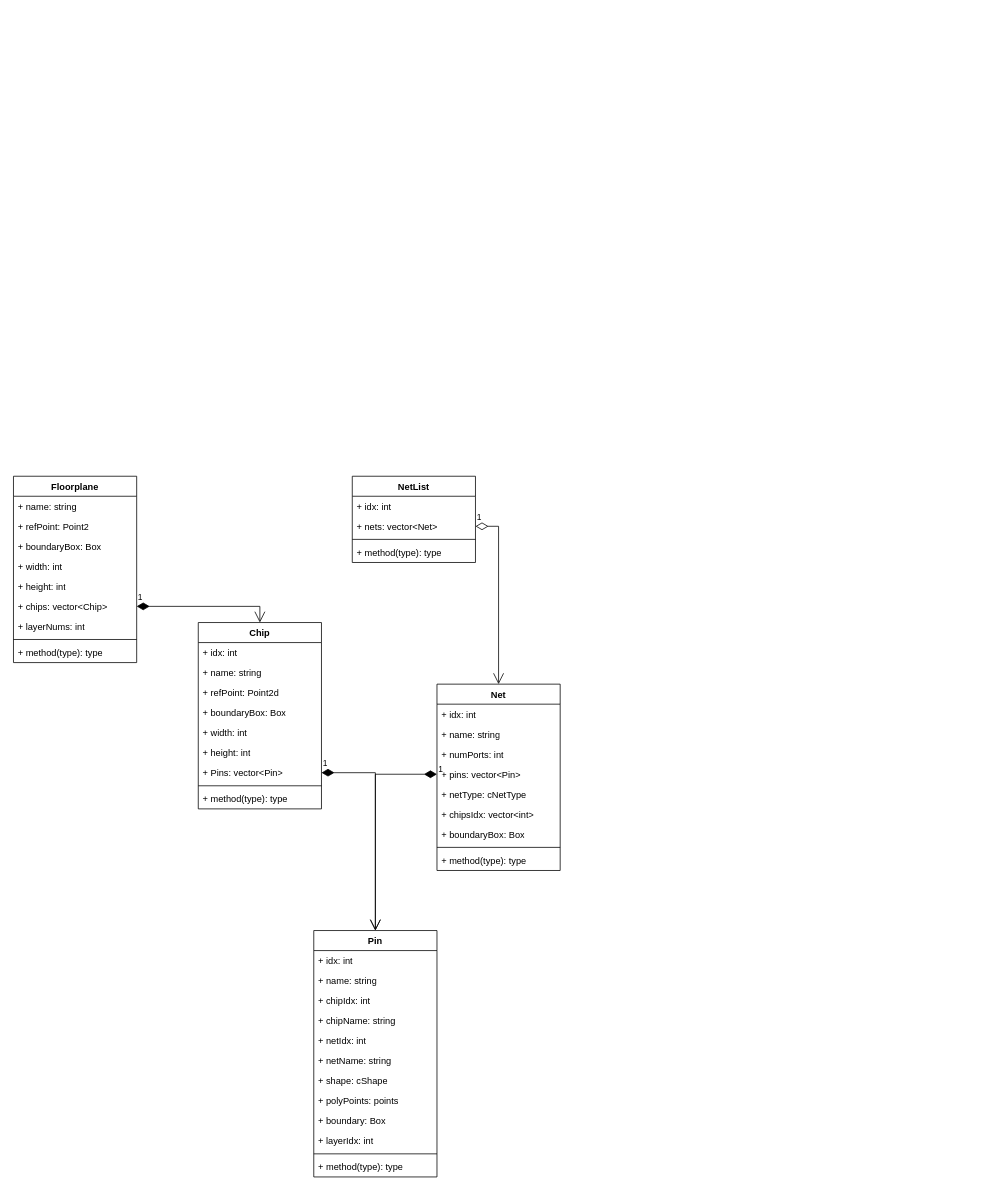
Above: SoftWareTopLevel.drawio in Davidlihuang/DrawIODir (draw.io), before the change. Source tidied: cells renumbered, new cells numbered last; positions are measured from the earlier drawing's top-left corner, leaving out a move shared by most shapes. Both pictures are drawn from the tidied source at 77%, with x=0, y=0 at pixel (13, 476).
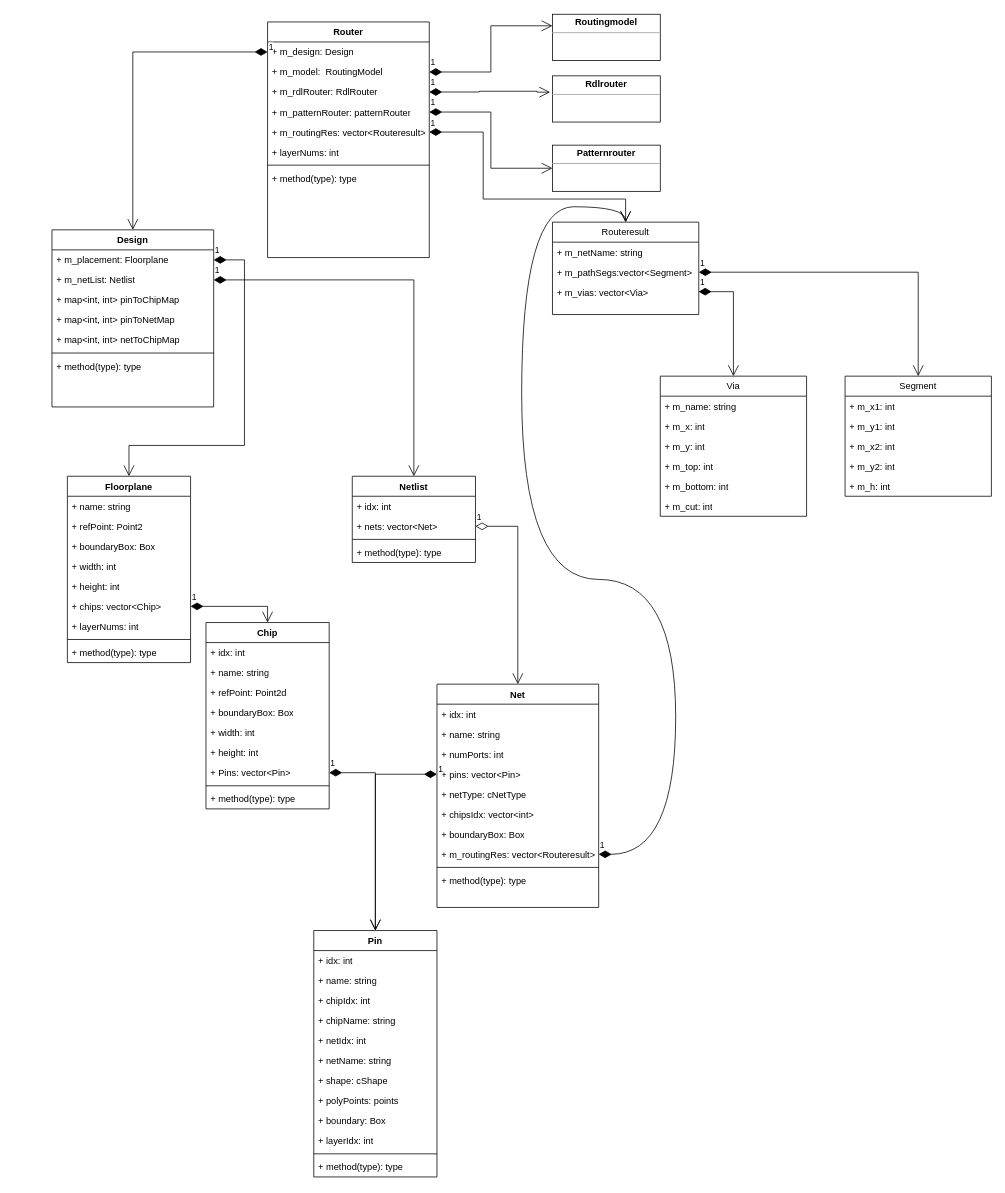
The same page after the edit.

Unchanged cells that the change refers to:
```xml
<mxCell id="22" value="Pin" style="swimlane;fontStyle=1;align=center;verticalAlign=top;horizontal=1;startSize=26;whiteSpace=wrap;html=1;" parent="1" vertex="1">
  <mxGeometry x="390" y="590" width="160" height="320" as="geometry" />
</mxCell>
```

What changed in the source:
```diff
@@
     <mxCell id="2" value="Floorplane" style="swimlane;fontStyle=1;align=center;verticalAlign=top;horizontal=1;startSize=26;whiteSpace=wrap;html=1;" parent="1" vertex="1">
-      <mxGeometry width="160" height="242" as="geometry" />
+      <mxGeometry x="70" width="160" height="242" as="geometry" />
     </mxCell>
@@
     <mxCell id="12" value="Chip" style="swimlane;fontStyle=1;align=center;verticalAlign=top;horizontal=1;startSize=26;whiteSpace=wrap;html=1;" parent="1" vertex="1">
-      <mxGeometry x="240" y="190" width="160" height="242" as="geometry" />
+      <mxGeometry x="250" y="190" width="160" height="242" as="geometry" />
     </mxCell>
@@
     <mxCell id="35" value="Net" style="swimlane;fontStyle=1;align=center;verticalAlign=top;horizontal=1;startSize=26;whiteSpace=wrap;html=1;" parent="1" vertex="1">
-      <mxGeometry x="550" y="270" width="160" height="242" as="geometry" />
+      <mxGeometry x="550" y="270" width="210" height="290" as="geometry" />
     </mxCell>
     <mxCell id="36" value="+ idx: int" style="text;strokeColor=none;fillColor=none;align=left;verticalAlign=top;spacingLeft=4;spacingRight=4;overflow=hidden;whiteSpace=wrap;html=1;" parent="35" vertex="1">
-      <mxGeometry y="26" width="160" height="26" as="geometry" />
+      <mxGeometry y="26" width="210" height="26" as="geometry" />
     </mxCell>
     <mxCell id="37" value="+ name: string" style="text;strokeColor=none;fillColor=none;align=left;verticalAlign=top;spacingLeft=4;spacingRight=4;overflow=hidden;whiteSpace=wrap;html=1;" parent="35" vertex="1">
-      <mxGeometry y="52" width="160" height="26" as="geometry" />
+      <mxGeometry y="52" width="210" height="26" as="geometry" />
     </mxCell>
     <mxCell id="38" value="+ numPorts: int" style="text;strokeColor=none;fillColor=none;align=left;verticalAlign=top;spacingLeft=4;spacingRight=4;overflow=hidden;whiteSpace=wrap;html=1;" parent="35" vertex="1">
-      <mxGeometry y="78" width="160" height="26" as="geometry" />
+      <mxGeometry y="78" width="210" height="26" as="geometry" />
     </mxCell>
     <mxCell id="39" value="+ pins: vector&amp;lt;Pin&amp;gt;" style="text;strokeColor=none;fillColor=none;align=left;verticalAlign=top;spacingLeft=4;spacingRight=4;overflow=hidden;points=[[0,0.5],[1,0.5]];portConstraint=eastwest;whiteSpace=wrap;html=1;" parent="35" vertex="1">
-      <mxGeometry y="104" width="160" height="26" as="geometry" />
+      <mxGeometry y="104" width="210" height="26" as="geometry" />
     </mxCell>
     <mxCell id="40" value="+ netType: cNetType" style="text;strokeColor=none;fillColor=none;align=left;verticalAlign=top;spacingLeft=4;spacingRight=4;overflow=hidden;whiteSpace=wrap;html=1;" parent="35" vertex="1">
-      <mxGeometry y="130" width="160" height="26" as="geometry" />
+      <mxGeometry y="130" width="210" height="26" as="geometry" />
     </mxCell>
     <mxCell id="41" value="+ chipsIdx: vector&amp;lt;int&amp;gt;" style="text;strokeColor=none;fillColor=none;align=left;verticalAlign=top;spacingLeft=4;spacingRight=4;overflow=hidden;whiteSpace=wrap;html=1;" parent="35" vertex="1">
-      <mxGeometry y="156" width="160" height="26" as="geometry" />
+      <mxGeometry y="156" width="210" height="26" as="geometry" />
     </mxCell>
     <mxCell id="42" value="+ boundaryBox: Box" style="text;strokeColor=none;fillColor=none;align=left;verticalAlign=top;spacingLeft=4;spacingRight=4;overflow=hidden;whiteSpace=wrap;html=1;" parent="35" vertex="1">
-      <mxGeometry y="182" width="160" height="26" as="geometry" />
+      <mxGeometry y="182" width="210" height="26" as="geometry" />
     </mxCell>
+    <mxCell id="54" value="+ m_routingRes: vector&amp;lt;Routeresult&amp;gt;" style="text;strokeColor=none;fillColor=none;align=left;verticalAlign=top;spacingLeft=4;spacingRight=4;overflow=hidden;points=[[0,0.5],[1,0.5]];portConstraint=eastwest;whiteSpace=wrap;html=1;" parent="35" vertex="1">
+      <mxGeometry y="208" width="210" height="26" as="geometry" />
+    </mxCell>
     <mxCell id="43" style="line;strokeWidth=1;fillColor=none;align=left;verticalAlign=middle;spacingTop=-1;spacingLeft=3;spacingRight=3;labelPosition=right;strokeColor=inherit;" parent="35" vertex="1">
-      <mxGeometry y="208" width="160" height="8" as="geometry" />
+      <mxGeometry y="234" width="210" height="8" as="geometry" />
     </mxCell>
     <mxCell id="44" value="+ method(type): type" style="text;strokeColor=none;fillColor=none;align=left;verticalAlign=top;spacingLeft=4;spacingRight=4;overflow=hidden;whiteSpace=wrap;html=1;" parent="35" vertex="1">
-      <mxGeometry y="216" width="160" height="26" as="geometry" />
+      <mxGeometry y="242" width="210" height="48" as="geometry" />
     </mxCell>
-    <mxCell id="45" value="NetList" style="swimlane;fontStyle=1;align=center;verticalAlign=top;horizontal=1;startSize=26;whiteSpace=wrap;html=1;" parent="1" vertex="1">
+    <mxCell id="45" value="Netlist" style="swimlane;fontStyle=1;align=center;verticalAlign=top;horizontal=1;startSize=26;whiteSpace=wrap;html=1;" parent="1" vertex="1">
       <mxGeometry x="440" width="160" height="112" as="geometry" />
     </mxCell>
@@
-    <mxCell id="52" value="1" style="endArrow=open;html=1;endSize=12;startArrow=diamondThin;startSize=14;startFill=1;edgeStyle=orthogonalEdgeStyle;align=left;verticalAlign=bottom;rounded=0;exitX=0;exitY=0.5;exitDx=0;exitDy=0;entryX=0.5;entryY=0;entryDx=0;entryDy=0;" parent="1" edge="1" source="39" target="22">
-      <mxGeometry x="-1" y="3" relative="1" as="geometry">
-        <Array as="points">
-          <mxPoint x="470" y="387" />
-        </Array>
-      </mxGeometry>
+    <mxCell id="52" value="1" style="endArrow=open;html=1;endSize=12;startArrow=diamondThin;startSize=14;startFill=1;align=left;verticalAlign=bottom;rounded=0;exitX=0;exitY=0.5;exitDx=0;exitDy=0;entryX=0.5;entryY=0;entryDx=0;entryDy=0;edgeStyle=orthogonalEdgeStyle;" parent="1" edge="1" source="39" target="22">
+      <mxGeometry x="-1" y="3" relative="1" as="geometry" />
     </mxCell>
@@
+    <mxCell id="55" value="Design" style="swimlane;fontStyle=1;align=center;verticalAlign=top;horizontal=1;startSize=26;whiteSpace=wrap;html=1;" parent="1" vertex="1">
+      <mxGeometry x="50" y="-320" width="210" height="230" as="geometry" />
+    </mxCell>
+    <mxCell id="56" value="+ m_placement: Floorplane" style="text;strokeColor=none;fillColor=none;align=left;verticalAlign=top;spacingLeft=4;spacingRight=4;overflow=hidden;points=[[0,0.5],[1,0.5]];portConstraint=eastwest;whiteSpace=wrap;html=1;" parent="55" vertex="1">
+      <mxGeometry y="26" width="210" height="26" as="geometry" />
+    </mxCell>
+    <mxCell id="57" value="+ m_netList: Netlist" style="text;strokeColor=none;fillColor=none;align=left;verticalAlign=top;spacingLeft=4;spacingRight=4;overflow=hidden;points=[[0,0.5],[1,0.5]];portConstraint=eastwest;whiteSpace=wrap;html=1;" parent="55" vertex="1">
+      <mxGeometry y="52" width="210" height="26" as="geometry" />
+    </mxCell>
+    <mxCell id="58" value="+ map&amp;lt;int, int&amp;gt; pinToChipMap" style="text;strokeColor=none;fillColor=none;align=left;verticalAlign=top;spacingLeft=4;spacingRight=4;overflow=hidden;whiteSpace=wrap;html=1;" parent="55" vertex="1">
+      <mxGeometry y="78" width="210" height="26" as="geometry" />
+    </mxCell>
+    <mxCell id="59" value="+ map&amp;lt;int, int&amp;gt; pinToNetMap" style="text;strokeColor=none;fillColor=none;align=left;verticalAlign=top;spacingLeft=4;spacingRight=4;overflow=hidden;whiteSpace=wrap;html=1;" parent="55" vertex="1">
+      <mxGeometry y="104" width="210" height="26" as="geometry" />
+    </mxCell>
+    <mxCell id="60" value="+ map&amp;lt;int, int&amp;gt; netToChipMap" style="text;strokeColor=none;fillColor=none;align=left;verticalAlign=top;spacingLeft=4;spacingRight=4;overflow=hidden;whiteSpace=wrap;html=1;" parent="55" vertex="1">
+      <mxGeometry y="130" width="210" height="26" as="geometry" />
+    </mxCell>
+    <mxCell id="61" style="line;strokeWidth=1;fillColor=none;align=left;verticalAlign=middle;spacingTop=-1;spacingLeft=3;spacingRight=3;labelPosition=right;strokeColor=inherit;" parent="55" vertex="1">
+      <mxGeometry y="156" width="210" height="8" as="geometry" />
+    </mxCell>
+    <mxCell id="62" value="+ method(type): type" style="text;strokeColor=none;fillColor=none;align=left;verticalAlign=top;spacingLeft=4;spacingRight=4;overflow=hidden;whiteSpace=wrap;html=1;" parent="55" vertex="1">
+      <mxGeometry y="164" width="210" height="66" as="geometry" />
+    </mxCell>
+    <mxCell id="63" value="Router&lt;br&gt;" style="swimlane;fontStyle=1;align=center;verticalAlign=top;horizontal=1;startSize=26;whiteSpace=wrap;html=1;" parent="1" vertex="1">
+      <mxGeometry x="330" y="-590" width="210" height="306" as="geometry" />
+    </mxCell>
+    <mxCell id="64" value="+ m_design: Design" style="text;strokeColor=none;fillColor=none;align=left;verticalAlign=top;spacingLeft=4;spacingRight=4;overflow=hidden;points=[[0,0.5],[1,0.5]];portConstraint=eastwest;whiteSpace=wrap;html=1;" parent="63" vertex="1">
+      <mxGeometry y="26" width="210" height="26" as="geometry" />
+    </mxCell>
+    <mxCell id="65" value="&lt;div style=&quot;text-align: center;&quot;&gt;&lt;span style=&quot;background-color: initial;&quot;&gt;+ m_model:&amp;nbsp; RoutingModel&lt;/span&gt;&lt;/div&gt;" style="text;strokeColor=none;fillColor=none;align=left;verticalAlign=top;spacingLeft=4;spacingRight=4;overflow=hidden;points=[[0,0.5],[1,0.5]];portConstraint=eastwest;whiteSpace=wrap;html=1;" parent="63" vertex="1">
+      <mxGeometry y="52" width="210" height="26" as="geometry" />
+    </mxCell>
+    <mxCell id="66" value="+ m_rdlRouter: RdlRouter" style="text;strokeColor=none;fillColor=none;align=left;verticalAlign=top;spacingLeft=4;spacingRight=4;overflow=hidden;points=[[0,0.5],[1,0.5]];portConstraint=eastwest;whiteSpace=wrap;html=1;" parent="63" vertex="1">
+      <mxGeometry y="78" width="210" height="26" as="geometry" />
+    </mxCell>
+    <mxCell id="67" value="+ m_patternRouter: patternRouter" style="text;strokeColor=none;fillColor=none;align=left;verticalAlign=top;spacingLeft=4;spacingRight=4;overflow=hidden;points=[[0,0.5],[1,0.5]];portConstraint=eastwest;whiteSpace=wrap;html=1;" parent="63" vertex="1">
+      <mxGeometry y="104" width="210" height="26" as="geometry" />
+    </mxCell>
+    <mxCell id="68" value="+ m_routingRes: vector&amp;lt;Routeresult&amp;gt;" style="text;strokeColor=none;fillColor=none;align=left;verticalAlign=top;spacingLeft=4;spacingRight=4;overflow=hidden;points=[[0,0.5],[1,0.5]];portConstraint=eastwest;whiteSpace=wrap;html=1;" parent="63" vertex="1">
+      <mxGeometry y="130" width="210" height="26" as="geometry" />
+    </mxCell>
+    <mxCell id="69" value="+ layerNums: int" style="text;strokeColor=none;fillColor=none;align=left;verticalAlign=top;spacingLeft=4;spacingRight=4;overflow=hidden;whiteSpace=wrap;html=1;" parent="63" vertex="1">
+      <mxGeometry y="156" width="210" height="26" as="geometry" />
+    </mxCell>
+    <mxCell id="70" style="line;strokeWidth=1;fillColor=none;align=left;verticalAlign=middle;spacingTop=-1;spacingLeft=3;spacingRight=3;labelPosition=right;strokeColor=inherit;" parent="63" vertex="1">
+      <mxGeometry y="182" width="210" height="8" as="geometry" />
+    </mxCell>
+    <mxCell id="71" value="+ method(type): type" style="text;strokeColor=none;fillColor=none;align=left;verticalAlign=top;spacingLeft=4;spacingRight=4;overflow=hidden;whiteSpace=wrap;html=1;" parent="63" vertex="1">
+      <mxGeometry y="190" width="210" height="116" as="geometry" />
+    </mxCell>
+    <mxCell id="72" value="&lt;p style=&quot;margin:0px;margin-top:4px;text-align:center;&quot;&gt;&lt;b&gt;Patternrouter&lt;/b&gt;&lt;/p&gt;&lt;hr size=&quot;1&quot;&gt;&lt;div style=&quot;height:2px;&quot;&gt;&lt;/div&gt;" style="verticalAlign=top;align=left;overflow=fill;fontSize=12;fontFamily=Helvetica;html=1;whiteSpace=wrap;" parent="1" vertex="1">
+      <mxGeometry x="700" y="-430" width="140" height="60" as="geometry" />
+    </mxCell>
+    <mxCell id="73" value="&lt;p style=&quot;margin:0px;margin-top:4px;text-align:center;&quot;&gt;&lt;b&gt;Rdlrouter&lt;/b&gt;&lt;/p&gt;&lt;hr size=&quot;1&quot;&gt;&lt;div style=&quot;height:2px;&quot;&gt;&lt;/div&gt;" style="verticalAlign=top;align=left;overflow=fill;fontSize=12;fontFamily=Helvetica;html=1;whiteSpace=wrap;" parent="1" vertex="1">
+      <mxGeometry x="700" y="-520" width="140" height="60" as="geometry" />
+    </mxCell>
+    <mxCell id="74" value="1" style="endArrow=open;html=1;endSize=12;startArrow=diamondThin;startSize=14;startFill=1;edgeStyle=orthogonalEdgeStyle;align=left;verticalAlign=bottom;rounded=0;exitX=1;exitY=0.5;exitDx=0;exitDy=0;entryX=0.5;entryY=0;entryDx=0;entryDy=0;" parent="1" edge="1" source="57" target="45">
+      <mxGeometry x="-1" y="3" relative="1" as="geometry" />
+    </mxCell>
+    <mxCell id="75" value="1" style="endArrow=open;html=1;endSize=12;startArrow=diamondThin;startSize=14;startFill=1;edgeStyle=orthogonalEdgeStyle;align=left;verticalAlign=bottom;rounded=0;exitX=1;exitY=0.5;exitDx=0;exitDy=0;entryX=0.5;entryY=0;entryDx=0;entryDy=0;" parent="1" edge="1" source="56" target="2">
+      <mxGeometry x="-1" y="3" relative="1" as="geometry">
+        <Array as="points">
+          <mxPoint x="300" y="-281" />
+          <mxPoint x="300" y="-40" />
+          <mxPoint x="150" y="-40" />
+        </Array>
+      </mxGeometry>
+    </mxCell>
+    <mxCell id="76" value="1" style="endArrow=open;html=1;endSize=12;startArrow=diamondThin;startSize=14;startFill=1;edgeStyle=orthogonalEdgeStyle;align=left;verticalAlign=bottom;rounded=0;entryX=0.5;entryY=0;entryDx=0;entryDy=0;" parent="1" edge="1" source="64" target="55">
+      <mxGeometry x="-1" y="3" relative="1" as="geometry" />
+    </mxCell>
+    <mxCell id="77" value="&lt;p style=&quot;margin:0px;margin-top:4px;text-align:center;&quot;&gt;&lt;b&gt;Routingmodel&lt;/b&gt;&lt;/p&gt;&lt;hr size=&quot;1&quot;&gt;&lt;div style=&quot;height:2px;&quot;&gt;&lt;/div&gt;" style="verticalAlign=top;align=left;overflow=fill;fontSize=12;fontFamily=Helvetica;html=1;whiteSpace=wrap;" parent="1" vertex="1">
+      <mxGeometry x="700" y="-600" width="140" height="60" as="geometry" />
+    </mxCell>
+    <mxCell id="78" value="1" style="endArrow=open;html=1;endSize=12;startArrow=diamondThin;startSize=14;startFill=1;edgeStyle=orthogonalEdgeStyle;align=left;verticalAlign=bottom;rounded=0;entryX=0;entryY=0.25;entryDx=0;entryDy=0;exitX=1;exitY=0.5;exitDx=0;exitDy=0;" parent="1" edge="1" source="65" target="77">
+      <mxGeometry x="-1" y="3" relative="1" as="geometry" />
+    </mxCell>
+    <mxCell id="79" value="1" style="endArrow=open;html=1;endSize=12;startArrow=diamondThin;startSize=14;startFill=1;edgeStyle=orthogonalEdgeStyle;align=left;verticalAlign=bottom;rounded=0;entryX=-0.022;entryY=0.353;entryDx=0;entryDy=0;entryPerimeter=0;" parent="1" edge="1" source="66" target="73">
+      <mxGeometry x="-1" y="3" relative="1" as="geometry">
+        <Array as="points">
+          <mxPoint x="605" y="-499" />
+          <mxPoint x="605" y="-500" />
+          <mxPoint x="680" y="-500" />
+          <mxPoint x="680" y="-499" />
+        </Array>
+      </mxGeometry>
+    </mxCell>
+    <mxCell id="80" value="1" style="endArrow=open;html=1;endSize=12;startArrow=diamondThin;startSize=14;startFill=1;edgeStyle=orthogonalEdgeStyle;align=left;verticalAlign=bottom;rounded=0;exitX=1;exitY=0.5;exitDx=0;exitDy=0;entryX=0;entryY=0.5;entryDx=0;entryDy=0;" parent="1" edge="1" source="67" target="72">
+      <mxGeometry x="-1" y="3" relative="1" as="geometry" />
+    </mxCell>
+    <mxCell id="81" value="Routeresult" style="swimlane;fontStyle=0;horizontal=1;startSize=26;fillColor=none;whiteSpace=wrap;html=1;" parent="1" vertex="1">
+      <mxGeometry x="700" y="-330" width="190" height="120" as="geometry" />
+    </mxCell>
+    <mxCell id="82" value="+ m_netName: string" style="text;strokeColor=none;fillColor=none;align=left;verticalAlign=top;spacingLeft=4;spacingRight=4;overflow=hidden;whiteSpace=wrap;html=1;" parent="81" vertex="1">
+      <mxGeometry y="26" width="190" height="26" as="geometry" />
+    </mxCell>
+    <mxCell id="83" value="+ m_pathSegs:vector&amp;lt;Segment&amp;gt;" style="text;strokeColor=none;fillColor=none;align=left;verticalAlign=top;spacingLeft=4;spacingRight=4;overflow=hidden;points=[[0,0.5],[1,0.5]];portConstraint=eastwest;whiteSpace=wrap;html=1;" parent="81" vertex="1">
+      <mxGeometry y="52" width="190" height="26" as="geometry" />
+    </mxCell>
+    <mxCell id="84" value="+ m_vias: vector&amp;lt;Via&amp;gt;" style="text;strokeColor=none;fillColor=none;align=left;verticalAlign=top;spacingLeft=4;spacingRight=4;overflow=hidden;points=[[0,0.5],[1,0.5]];portConstraint=eastwest;whiteSpace=wrap;html=1;" parent="81" vertex="1">
+      <mxGeometry y="78" width="190" height="42" as="geometry" />
+    </mxCell>
+    <mxCell id="85" value="1" style="endArrow=open;html=1;endSize=12;startArrow=diamondThin;startSize=14;startFill=1;edgeStyle=orthogonalEdgeStyle;align=left;verticalAlign=bottom;rounded=0;exitX=1;exitY=0.5;exitDx=0;exitDy=0;entryX=0.5;entryY=0;entryDx=0;entryDy=0;" parent="1" edge="1" source="68" target="81">
+      <mxGeometry x="-1" y="3" relative="1" as="geometry">
+        <Array as="points">
+          <mxPoint x="610" y="-447" />
+          <mxPoint x="610" y="-360" />
+          <mxPoint x="795" y="-360" />
+        </Array>
+      </mxGeometry>
+    </mxCell>
+    <mxCell id="86" value="1" style="endArrow=open;html=1;endSize=12;startArrow=diamondThin;startSize=14;startFill=1;edgeStyle=orthogonalEdgeStyle;align=left;verticalAlign=bottom;rounded=0;exitX=1;exitY=0.5;exitDx=0;exitDy=0;entryX=0.5;entryY=0;entryDx=0;entryDy=0;curved=1;" parent="1" edge="1" source="54" target="81">
+      <mxGeometry x="-1" y="3" relative="1" as="geometry">
+        <Array as="points">
+          <mxPoint x="860" y="491" />
+          <mxPoint x="860" y="134" />
+          <mxPoint x="660" y="134" />
+          <mxPoint x="660" y="-350" />
+          <mxPoint x="795" y="-350" />
+        </Array>
+      </mxGeometry>
+    </mxCell>
+    <mxCell id="87" value="Segment" style="swimlane;fontStyle=0;horizontal=1;startSize=26;fillColor=none;whiteSpace=wrap;html=1;" parent="1" vertex="1">
+      <mxGeometry x="1080" y="-130" width="190" height="156" as="geometry" />
+    </mxCell>
+    <mxCell id="88" value="+ m_x1: int" style="text;strokeColor=none;fillColor=none;align=left;verticalAlign=top;spacingLeft=4;spacingRight=4;overflow=hidden;whiteSpace=wrap;html=1;" parent="87" vertex="1">
+      <mxGeometry y="26" width="190" height="26" as="geometry" />
+    </mxCell>
+    <mxCell id="89" value="+ m_y1: int" style="text;strokeColor=none;fillColor=none;align=left;verticalAlign=top;spacingLeft=4;spacingRight=4;overflow=hidden;whiteSpace=wrap;html=1;" parent="87" vertex="1">
+      <mxGeometry y="52" width="190" height="26" as="geometry" />
+    </mxCell>
+    <mxCell id="90" value="+ m_x2: int" style="text;strokeColor=none;fillColor=none;align=left;verticalAlign=top;spacingLeft=4;spacingRight=4;overflow=hidden;whiteSpace=wrap;html=1;" parent="87" vertex="1">
+      <mxGeometry y="78" width="190" height="26" as="geometry" />
+    </mxCell>
+    <mxCell id="91" value="+ m_y2: int" style="text;strokeColor=none;fillColor=none;align=left;verticalAlign=top;spacingLeft=4;spacingRight=4;overflow=hidden;whiteSpace=wrap;html=1;" parent="87" vertex="1">
+      <mxGeometry y="104" width="190" height="26" as="geometry" />
+    </mxCell>
+    <mxCell id="92" value="+ m_h: int" style="text;strokeColor=none;fillColor=none;align=left;verticalAlign=top;spacingLeft=4;spacingRight=4;overflow=hidden;whiteSpace=wrap;html=1;" parent="87" vertex="1">
+      <mxGeometry y="130" width="190" height="26" as="geometry" />
+    </mxCell>
+    <mxCell id="93" value="Via" style="swimlane;fontStyle=0;horizontal=1;startSize=26;fillColor=none;whiteSpace=wrap;html=1;" parent="1" vertex="1">
+      <mxGeometry x="840" y="-130" width="190" height="182" as="geometry" />
+    </mxCell>
+    <mxCell id="94" value="+ m_name: string" style="text;strokeColor=none;fillColor=none;align=left;verticalAlign=top;spacingLeft=4;spacingRight=4;overflow=hidden;whiteSpace=wrap;html=1;" parent="93" vertex="1">
+      <mxGeometry y="26" width="190" height="26" as="geometry" />
+    </mxCell>
+    <mxCell id="95" value="+ m_x: int" style="text;strokeColor=none;fillColor=none;align=left;verticalAlign=top;spacingLeft=4;spacingRight=4;overflow=hidden;whiteSpace=wrap;html=1;" parent="93" vertex="1">
+      <mxGeometry y="52" width="190" height="26" as="geometry" />
+    </mxCell>
+    <mxCell id="96" value="+ m_y: int" style="text;strokeColor=none;fillColor=none;align=left;verticalAlign=top;spacingLeft=4;spacingRight=4;overflow=hidden;whiteSpace=wrap;html=1;" parent="93" vertex="1">
+      <mxGeometry y="78" width="190" height="26" as="geometry" />
+    </mxCell>
+    <mxCell id="97" value="+ m_top: int" style="text;strokeColor=none;fillColor=none;align=left;verticalAlign=top;spacingLeft=4;spacingRight=4;overflow=hidden;whiteSpace=wrap;html=1;" parent="93" vertex="1">
+      <mxGeometry y="104" width="190" height="26" as="geometry" />
+    </mxCell>
+    <mxCell id="98" value="+ m_bottom: int" style="text;strokeColor=none;fillColor=none;align=left;verticalAlign=top;spacingLeft=4;spacingRight=4;overflow=hidden;whiteSpace=wrap;html=1;" parent="93" vertex="1">
+      <mxGeometry y="130" width="190" height="26" as="geometry" />
+    </mxCell>
+    <mxCell id="99" value="+ m_cut: int" style="text;strokeColor=none;fillColor=none;align=left;verticalAlign=top;spacingLeft=4;spacingRight=4;overflow=hidden;whiteSpace=wrap;html=1;" parent="93" vertex="1">
+      <mxGeometry y="156" width="190" height="26" as="geometry" />
+    </mxCell>
+    <mxCell id="100" value="1" style="endArrow=open;html=1;endSize=12;startArrow=diamondThin;startSize=14;startFill=1;edgeStyle=orthogonalEdgeStyle;align=left;verticalAlign=bottom;rounded=0;exitX=0.999;exitY=0.293;exitDx=0;exitDy=0;exitPerimeter=0;entryX=0.5;entryY=0;entryDx=0;entryDy=0;" parent="1" edge="1" source="84" target="93">
+      <mxGeometry x="-1" y="3" relative="1" as="geometry">
+        <Array as="points">
+          <mxPoint x="935" y="-240" />
+        </Array>
+      </mxGeometry>
+    </mxCell>
+    <mxCell id="101" value="1" style="endArrow=open;html=1;endSize=12;startArrow=diamondThin;startSize=14;startFill=1;edgeStyle=orthogonalEdgeStyle;align=left;verticalAlign=bottom;rounded=0;entryX=0.5;entryY=0;entryDx=0;entryDy=0;exitX=1;exitY=0.5;exitDx=0;exitDy=0;" parent="1" edge="1" source="83" target="87">
+      <mxGeometry x="-1" y="3" relative="1" as="geometry" />
+    </mxCell>
```
